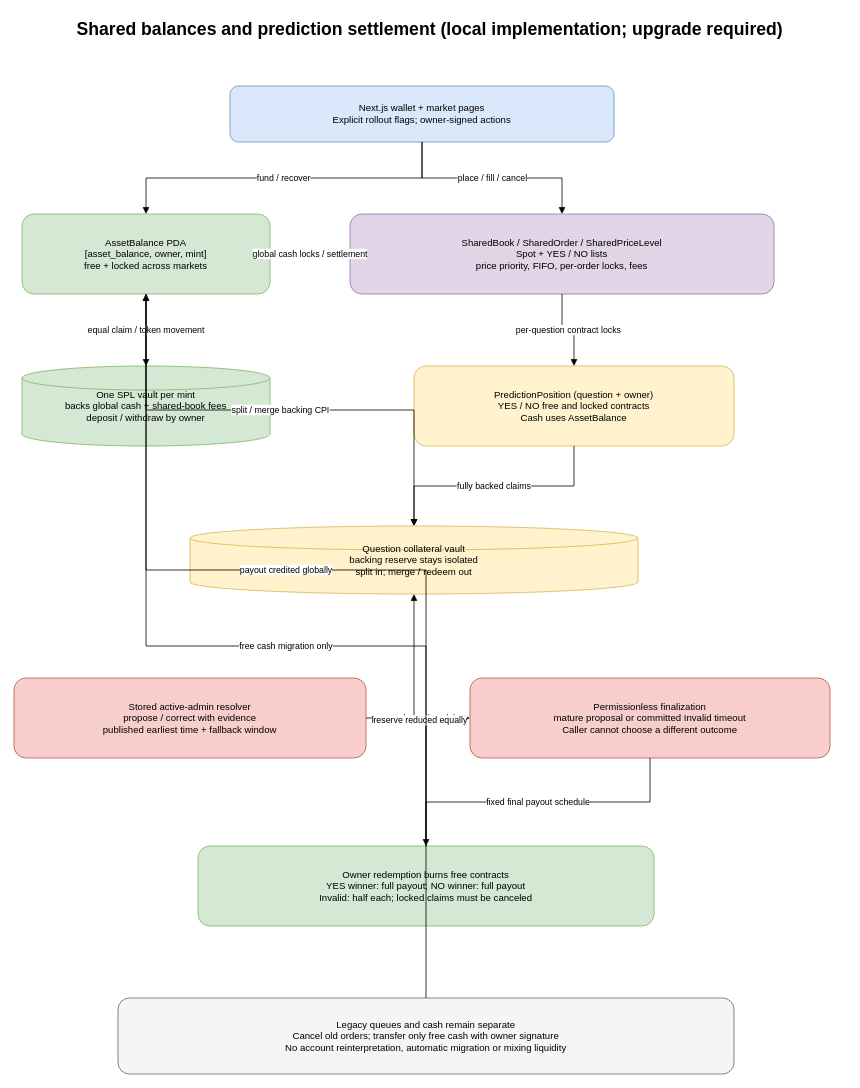
Earlier version of the draw.io diagram page "Shared wallet and settlement" (2 of 2) of docs/diagrams/tidebook-architecture.drawio (kunal171/outcomia). Source tidied: cells renumbered, new cells numbered last; positions are measured from the earlier drawing's top-left corner, leaving out a move shared by most shapes. Both pictures are drawn from the tidied source at 80%, with x=0, y=0 at pixel (14, 14).
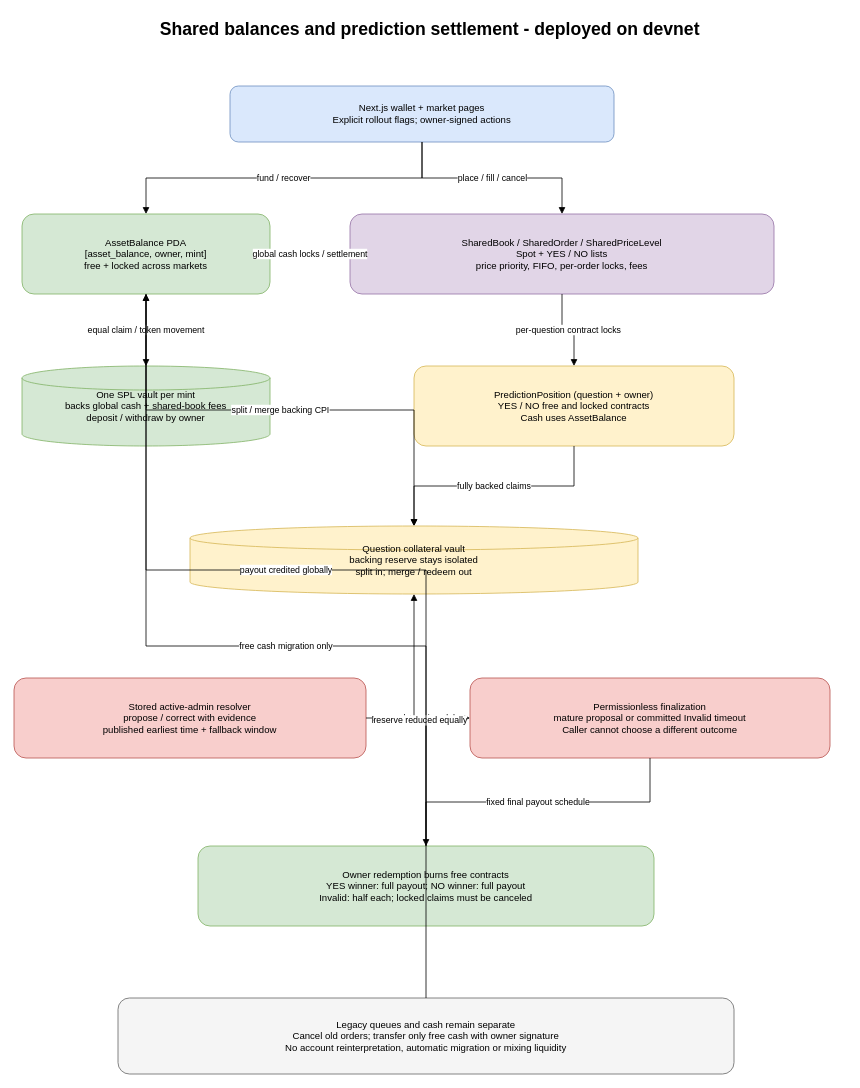
After the change.

Commit message (it also covers changes not shown here):
docs: record verified devnet upgrade and shared settlement smoke results

Change to the diagram source:
```diff
@@
-    <mxCell id="2" value="Shared balances and prediction settlement (local implementation; upgrade required)" style="text;html=1;align=center;fontSize=22;fontStyle=1;whiteSpace=wrap;html=1;" parent="1" vertex="1">
+    <mxCell id="2" value="Shared balances and prediction settlement - deployed on devnet" style="text;html=1;align=center;fontSize=22;fontStyle=1;whiteSpace=wrap;html=1;" parent="1" vertex="1">
       <mxGeometry width="1040" height="50" as="geometry" />
     </mxCell>
```
